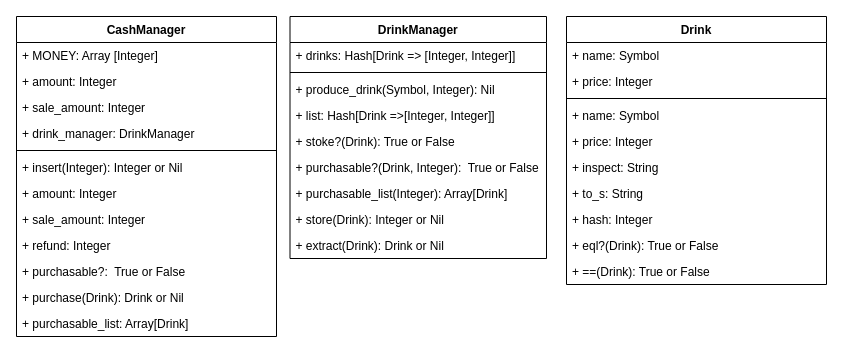
Before: images/class.drawio in fumtas1k/tddbc_ft, a draw.io diagram. Source tidied: cells renumbered, new cells numbered last; positions are measured from the earlier drawing's top-left corner, leaving out a move shared by most shapes. Both pictures are drawn from the tidied source at 100%, with x=0, y=0 at pixel (16, 16).
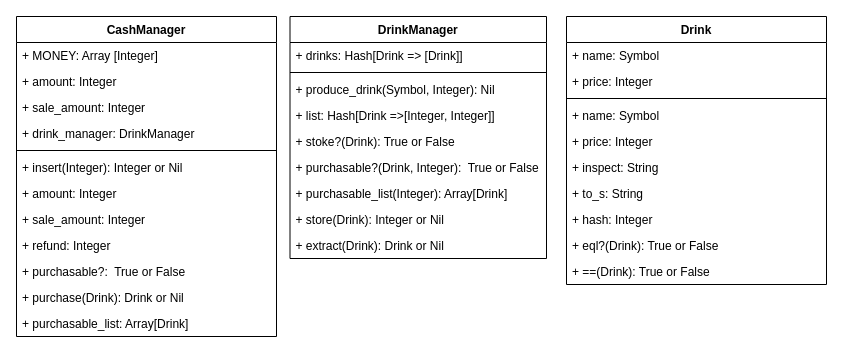
After the change.

Commit message:
fix:インスタンス変数の定義変更

Unchanged cells that the change refers to:
```xml
<mxCell id="15" value="DrinkManager" style="swimlane;fontStyle=1;align=center;verticalAlign=top;horizontal=1;startSize=26;" parent="1" vertex="1">
  <mxGeometry x="273.5" width="256.5" height="242" as="geometry" />
</mxCell>
```

What changed in the source:
```diff
@@
-    <mxCell id="16" value="+ drinks: Hash[Drink =&gt; [Integer, Integer]]" style="text;strokeColor=none;fillColor=none;align=left;verticalAlign=top;spacingLeft=4;spacingRight=4;overflow=hidden;" parent="15" vertex="1">
+    <mxCell id="16" value="+ drinks: Hash[Drink =&gt; [Drink]]" style="text;strokeColor=none;fillColor=none;align=left;verticalAlign=top;spacingLeft=4;spacingRight=4;overflow=hidden;" parent="15" vertex="1">
       <mxGeometry y="26" width="256.5" height="26" as="geometry" />
     </mxCell>
```
